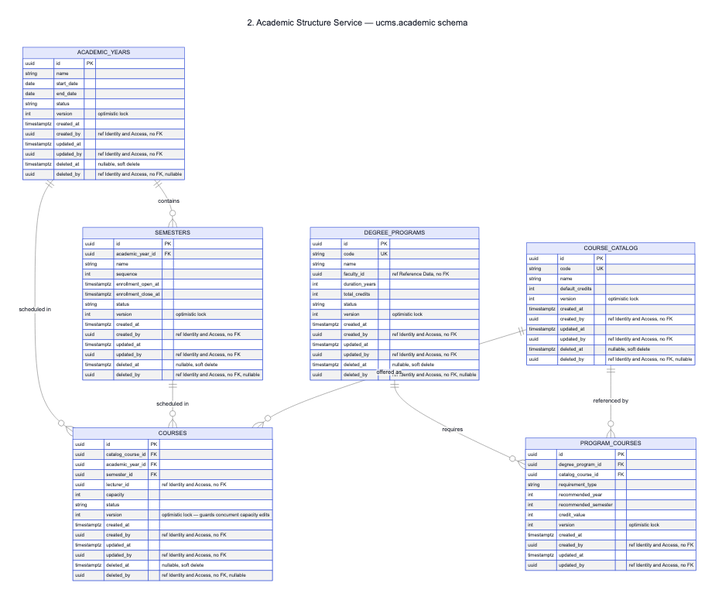
ESD-ONE/University-Course-Management-System keeps this Mermaid diagram as docs/architecture/tables-02-academic-structure.png. Above is the earlier version. Its source is kept beside it as docs/architecture/tables-02-academic-structure.mmd.
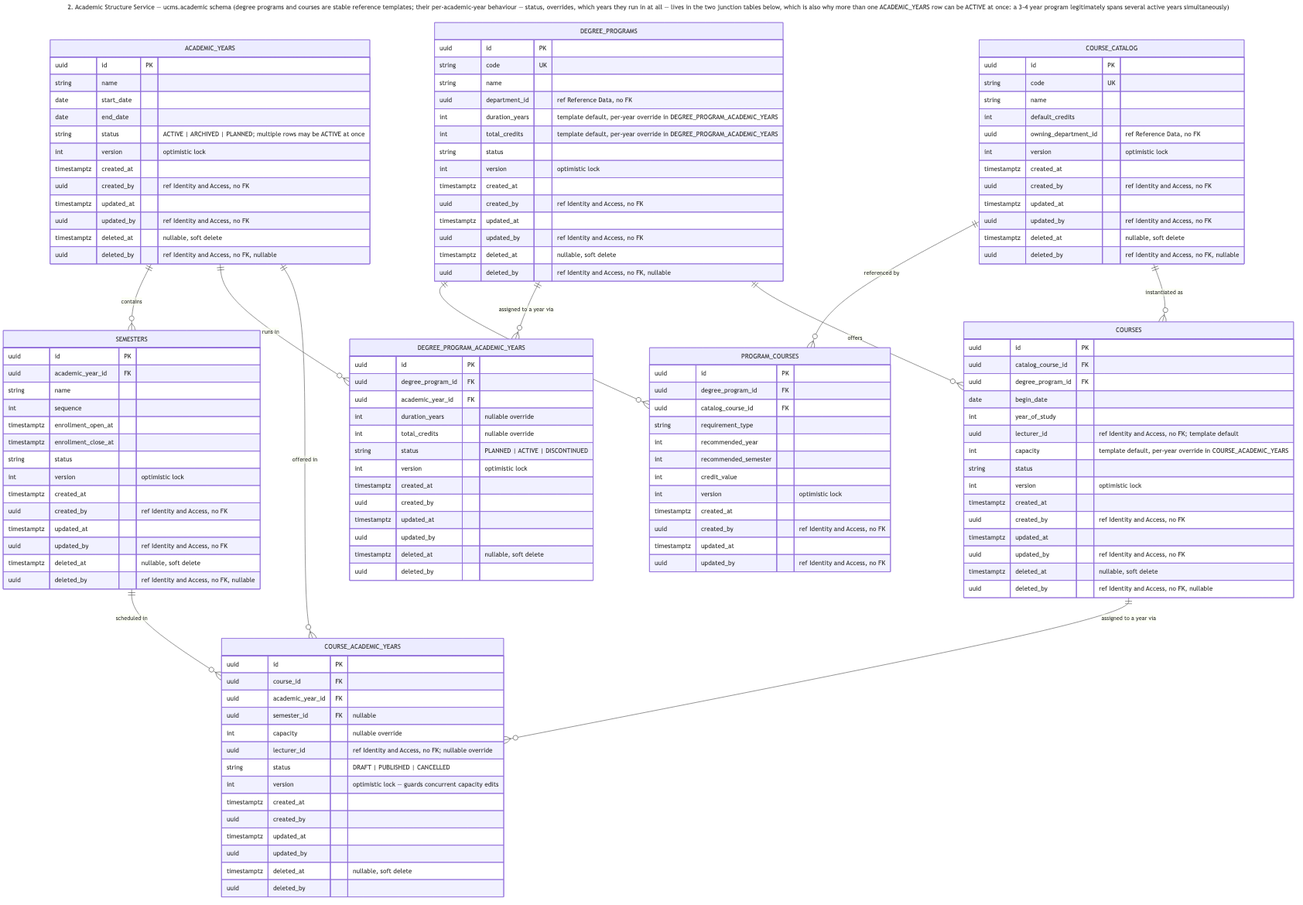
Above is the later version.

Change to the diagram source:
```diff
@@ -1,5 +1,5 @@
 ---
-title: 2. Academic Structure Service — ucms.academic schema
+title: "2. Academic Structure Service — ucms.academic schema (degree programs and courses are stable reference templates; their per-academic-year behaviour — status, overrides, which years they run in at all — lives in the two junction tables below, which is also why more than one ACADEMIC_YEARS row can be ACTIVE at once: a 3-4 year program legitimately spans several active years simultaneously)"
 ---
 erDiagram
     ACADEMIC_YEARS {
@@ -7,7 +7,7 @@
         string name
         date start_date
         date end_date
-        string status
+        string status "ACTIVE | ARCHIVED | PLANNED; multiple rows may be ACTIVE at once"
         int version "optimistic lock"
         timestamptz created_at
         uuid created_by "ref Identity and Access, no FK"
@@ -36,9 +36,9 @@
         uuid id PK
         string code UK
         string name
-        uuid faculty_id "ref Reference Data, no FK"
-        int duration_years
-        int total_credits
+        uuid department_id "ref Reference Data, no FK"
+        int duration_years "template default, per-year override in DEGREE_PROGRAM_ACADEMIC_YEARS"
+        int total_credits "template default, per-year override in DEGREE_PROGRAM_ACADEMIC_YEARS"
         string status
         int version "optimistic lock"
         timestamptz created_at
@@ -48,11 +48,27 @@
         timestamptz deleted_at "nullable, soft delete"
         uuid deleted_by "ref Identity and Access, no FK, nullable"
     }
+    DEGREE_PROGRAM_ACADEMIC_YEARS {
+        uuid id PK
+        uuid degree_program_id FK
+        uuid academic_year_id FK
+        int duration_years "nullable override"
+        int total_credits "nullable override"
+        string status "PLANNED | ACTIVE | DISCONTINUED"
+        int version "optimistic lock"
+        timestamptz created_at
+        uuid created_by
+        timestamptz updated_at
+        uuid updated_by
+        timestamptz deleted_at "nullable, soft delete"
+        uuid deleted_by
+    }
     COURSE_CATALOG {
         uuid id PK
         string code UK
         string name
         int default_credits
+        uuid owning_department_id "ref Reference Data, no FK"
         int version "optimistic lock"
         timestamptz created_at
         uuid created_by "ref Identity and Access, no FK"
@@ -78,12 +94,13 @@
     COURSES {
         uuid id PK
         uuid catalog_course_id FK
-        uuid academic_year_id FK
-        uuid semester_id FK
-        uuid lecturer_id "ref Identity and Access, no FK"
-        int capacity
+        uuid degree_program_id FK
+        date begin_date
+        int year_of_study
+        uuid lecturer_id "ref Identity and Access, no FK; template default"
+        int capacity "template default, per-year override in COURSE_ACADEMIC_YEARS"
         string status
-        int version "optimistic lock — guards concurrent capacity edits"
+        int version "optimistic lock"
         timestamptz created_at
         uuid created_by "ref Identity and Access, no FK"
         timestamptz updated_at
@@ -91,10 +108,30 @@
         timestamptz deleted_at "nullable, soft delete"
         uuid deleted_by "ref Identity and Access, no FK, nullable"
     }
+    COURSE_ACADEMIC_YEARS {
+        uuid id PK
+        uuid course_id FK
+        uuid academic_year_id FK
+        uuid semester_id FK "nullable"
+        int capacity "nullable override"
+        uuid lecturer_id "ref Identity and Access, no FK; nullable override"
+        string status "DRAFT | PUBLISHED | CANCELLED"
+        int version "optimistic lock — guards concurrent capacity edits"
+        timestamptz created_at
+        uuid created_by
+        timestamptz updated_at
+        uuid updated_by
+        timestamptz deleted_at "nullable, soft delete"
+        uuid deleted_by
+    }
 
     ACADEMIC_YEARS ||--o{ SEMESTERS : "contains"
-    ACADEMIC_YEARS ||--o{ COURSES : "scheduled in"
-    SEMESTERS ||--o{ COURSES : "scheduled in"
+    ACADEMIC_YEARS ||--o{ DEGREE_PROGRAM_ACADEMIC_YEARS : "runs in"
+    ACADEMIC_YEARS ||--o{ COURSE_ACADEMIC_YEARS : "offered in"
+    SEMESTERS ||--o{ COURSE_ACADEMIC_YEARS : "scheduled in"
     DEGREE_PROGRAMS ||--o{ PROGRAM_COURSES : "requires"
+    DEGREE_PROGRAMS ||--o{ DEGREE_PROGRAM_ACADEMIC_YEARS : "assigned to a year via"
+    DEGREE_PROGRAMS ||--o{ COURSES : "offers"
     COURSE_CATALOG ||--o{ PROGRAM_COURSES : "referenced by"
-    COURSE_CATALOG ||--o{ COURSES : "offered as"
+    COURSE_CATALOG ||--o{ COURSES : "instantiated as"
+    COURSES ||--o{ COURSE_ACADEMIC_YEARS : "assigned to a year via"
```
